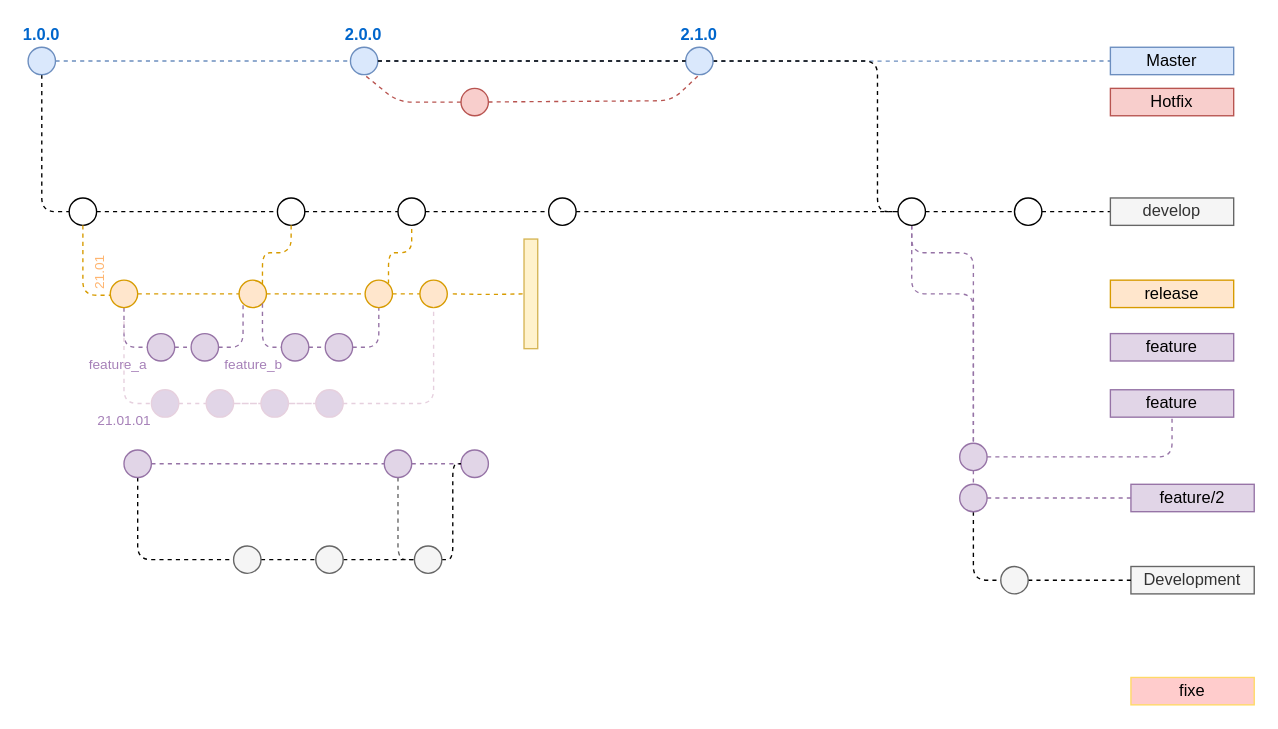
Earlier version of the draw.io diagram page "myway-roa-gitflow" (4 of 4) of Untitled Diagram.drawio (salmen/gitflowdiagram). Source tidied: cells renumbered, new cells numbered last; positions are measured from the earlier drawing's top-left corner, leaving out a move shared by most shapes. Both pictures are drawn from the tidied source at 137%, with x=0, y=0 at pixel (27, 47).
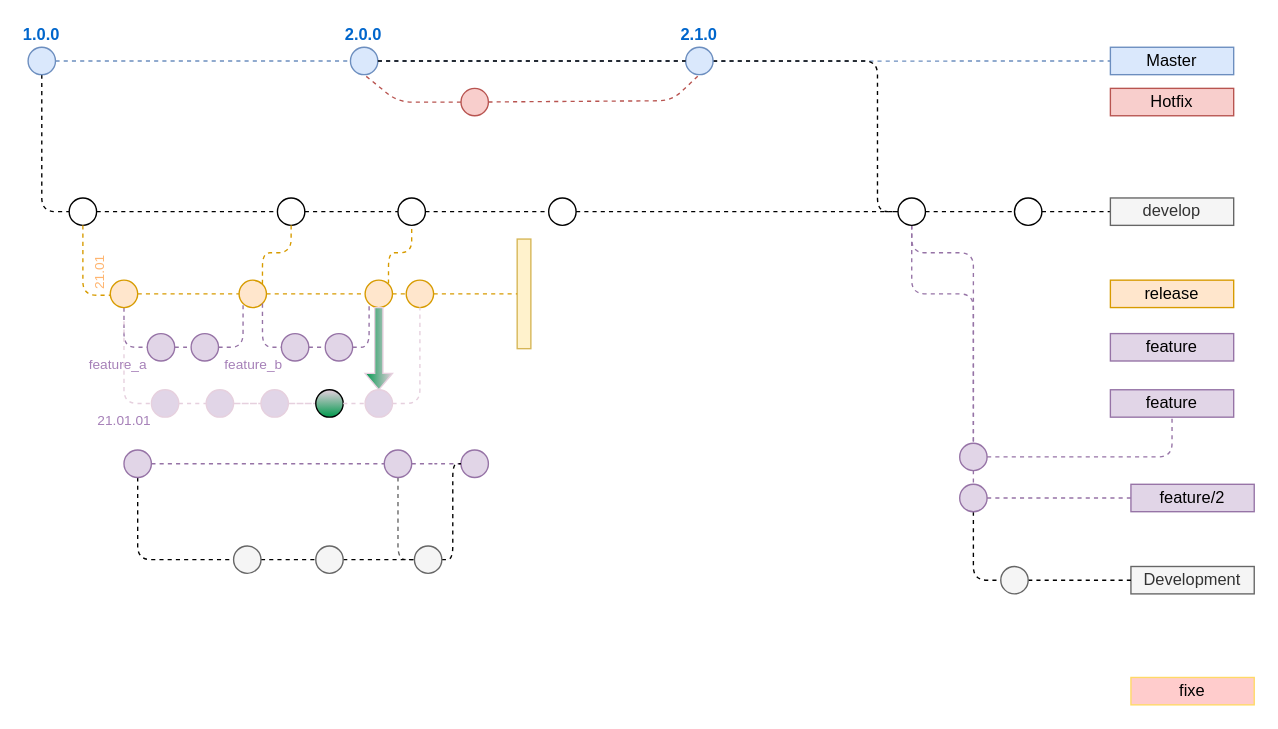
The same diagram, later.

Unchanged cells that the change refers to:
```xml
<mxCell id="70" style="ellipse;whiteSpace=wrap;html=1;fontSize=10;fillColor=#e1d5e7;strokeColor=#9673a6;" parent="1" vertex="1">
  <mxGeometry x="216.9" y="209" width="20" height="20" as="geometry" />
</mxCell>
<mxCell id="87" value="&lt;br&gt;" style="ellipse;whiteSpace=wrap;html=1;fontSize=10;labelPosition=center;verticalLabelPosition=top;align=center;verticalAlign=bottom;fillColor=#ffe6cc;strokeColor=#d79b00;fontColor=#FFB570;" parent="1" vertex="1">
  <mxGeometry x="246" y="170" width="20" height="20" as="geometry" />
</mxCell>
```

Diff of the diagram source:
```diff
@@
     <mxCell id="63" value="&lt;br&gt;" style="ellipse;whiteSpace=wrap;html=1;fontSize=10;labelPosition=center;verticalLabelPosition=top;align=center;verticalAlign=bottom;fillColor=#ffe6cc;strokeColor=#d79b00;fontColor=#FFB570;" parent="1" vertex="1">
-      <mxGeometry x="286" y="170" width="20" height="20" as="geometry" />
+      <mxGeometry x="276" y="170" width="20" height="20" as="geometry" />
     </mxCell>
@@
     <mxCell id="67" style="edgeStyle=orthogonalEdgeStyle;rounded=1;jettySize=auto;html=1;dashed=1;endArrow=none;endFill=0;fontSize=10;fontColor=#FFB570;fillColor=#ffe6cc;strokeColor=#d79b00;" parent="1" edge="1" source="87">
       <mxGeometry relative="1" as="geometry">
-        <mxPoint x="286" y="180" as="targetPoint" />
+        <mxPoint x="276" y="180" as="targetPoint" />
         <Array as="points">
           <mxPoint x="276" y="180" />
           <mxPoint x="276" y="180" />
         </Array>
       </mxGeometry>
     </mxCell>
@@
-    <mxCell id="72" style="edgeStyle=orthogonalEdgeStyle;rounded=1;jettySize=auto;html=1;dashed=1;endArrow=none;endFill=0;fontSize=10;fontColor=#FFB570;fillColor=#e1d5e7;strokeColor=#9673a6;exitX=1;exitY=0.5;exitDx=0;exitDy=0;entryX=0.5;entryY=1;entryDx=0;entryDy=0;" parent="1" edge="1" source="70" target="87">
+    <mxCell id="72" style="edgeStyle=orthogonalEdgeStyle;rounded=1;jettySize=auto;html=1;dashed=1;endArrow=none;endFill=0;fontSize=10;fontColor=#FFB570;fillColor=#e1d5e7;strokeColor=#9673a6;exitX=1;exitY=0.5;exitDx=0;exitDy=0;entryX=0;entryY=1;entryDx=0;entryDy=0;" parent="1" edge="1" source="70" target="87">
       <mxGeometry relative="1" as="geometry" />
     </mxCell>
     <mxCell id="73" style="html=1;points=[];perimeter=orthogonalPerimeter;strokeColor=#d6b656;fillColor=#fff2cc;" parent="1" vertex="1">
-      <mxGeometry x="362" y="140" width="10" height="80" as="geometry" />
+      <mxGeometry x="357" y="140" width="10" height="80" as="geometry" />
     </mxCell>
-    <mxCell id="74" style="edgeStyle=orthogonalEdgeStyle;rounded=1;jettySize=auto;html=1;dashed=1;endArrow=none;endFill=0;fontSize=10;fontColor=#FFB570;fillColor=#ffe6cc;strokeColor=#d79b00;entryX=0;entryY=0.5;entryDx=0;entryDy=0;" parent="1" edge="1" target="73">
-      <mxGeometry relative="1" as="geometry">
-        <mxPoint x="310" y="180" as="sourcePoint" />
-      </mxGeometry>
+    <mxCell id="74" style="edgeStyle=orthogonalEdgeStyle;rounded=1;jettySize=auto;html=1;dashed=1;endArrow=none;endFill=0;fontSize=10;fontColor=#FFB570;fillColor=#ffe6cc;strokeColor=#d79b00;entryX=0;entryY=0.5;entryDx=0;entryDy=0;exitX=1;exitY=0.5;exitDx=0;exitDy=0;" parent="1" edge="1" source="63" target="73">
+      <mxGeometry relative="1" as="geometry" />
     </mxCell>
@@
-    <mxCell id="85" style="ellipse;whiteSpace=wrap;html=1;fontSize=10;fillColor=#e1d5e7;strokeColor=#E6D0DE;direction=south;" parent="1" vertex="1">
+    <mxCell id="85" style="ellipse;whiteSpace=wrap;html=1;fontSize=10;direction=south;gradientColor=#00994D;gradientDirection=east;fillColor=#E6D0DE;" parent="1" vertex="1">
       <mxGeometry x="210" y="250" width="20" height="20" as="geometry" />
     </mxCell>
     <mxCell id="86" style="edgeStyle=orthogonalEdgeStyle;rounded=1;jettySize=auto;html=1;dashed=1;endArrow=none;endFill=0;fontSize=10;fontColor=#FFB570;fillColor=#e1d5e7;entryX=0.5;entryY=1;entryDx=0;entryDy=0;strokeColor=#E6D0DE;exitX=0.5;exitY=0;exitDx=0;exitDy=0;" parent="1" edge="1" source="85" target="63">
       <mxGeometry relative="1" as="geometry">
         <Array as="points">
-          <mxPoint x="296" y="260" />
+          <mxPoint x="286" y="260" />
         </Array>
       </mxGeometry>
     </mxCell>
@@
+    <mxCell id="89" style="ellipse;whiteSpace=wrap;html=1;fontSize=10;fillColor=#e1d5e7;strokeColor=#E6D0DE;direction=south;" parent="1" vertex="1">
+      <mxGeometry x="246" y="250" width="20" height="20" as="geometry" />
+    </mxCell>
+    <mxCell id="90" style="shape=singleArrow;direction=south;whiteSpace=wrap;html=1;strokeColor=#E6D0DE;fillColor=#E6D0DE;gradientColor=#00994D;fontColor=#A680B8;" parent="1" vertex="1">
+      <mxGeometry x="246" y="190" width="20" height="60" as="geometry" />
+    </mxCell>
```
